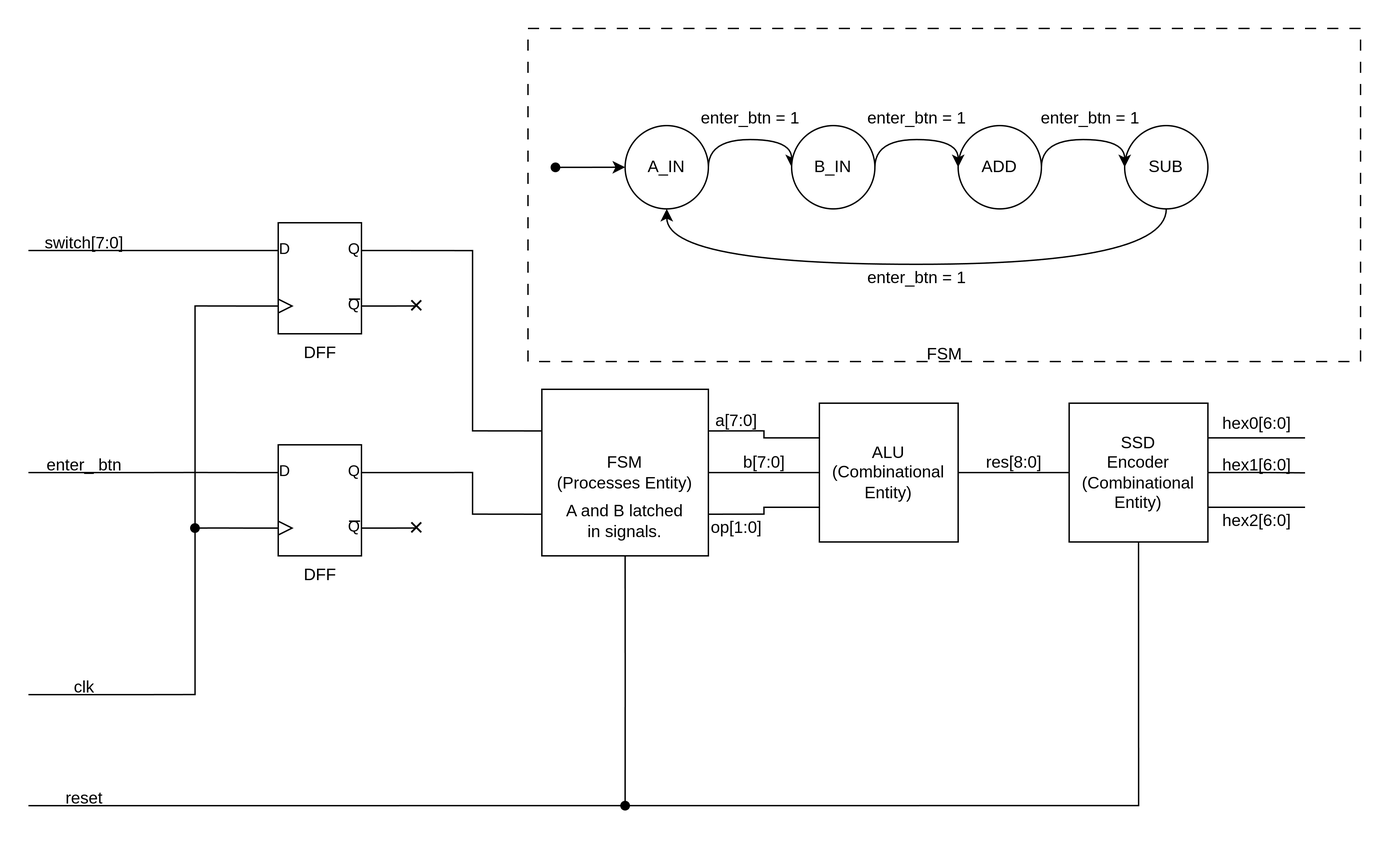
This is block_diagram.png from Jah-On/CPET_343_Lab_6, a draw.io export, as it was before one commit. Source tidied: cells renumbered, new cells last; positions are measured from the earlier drawing's top-left corner, leaving out a move shared by most shapes.
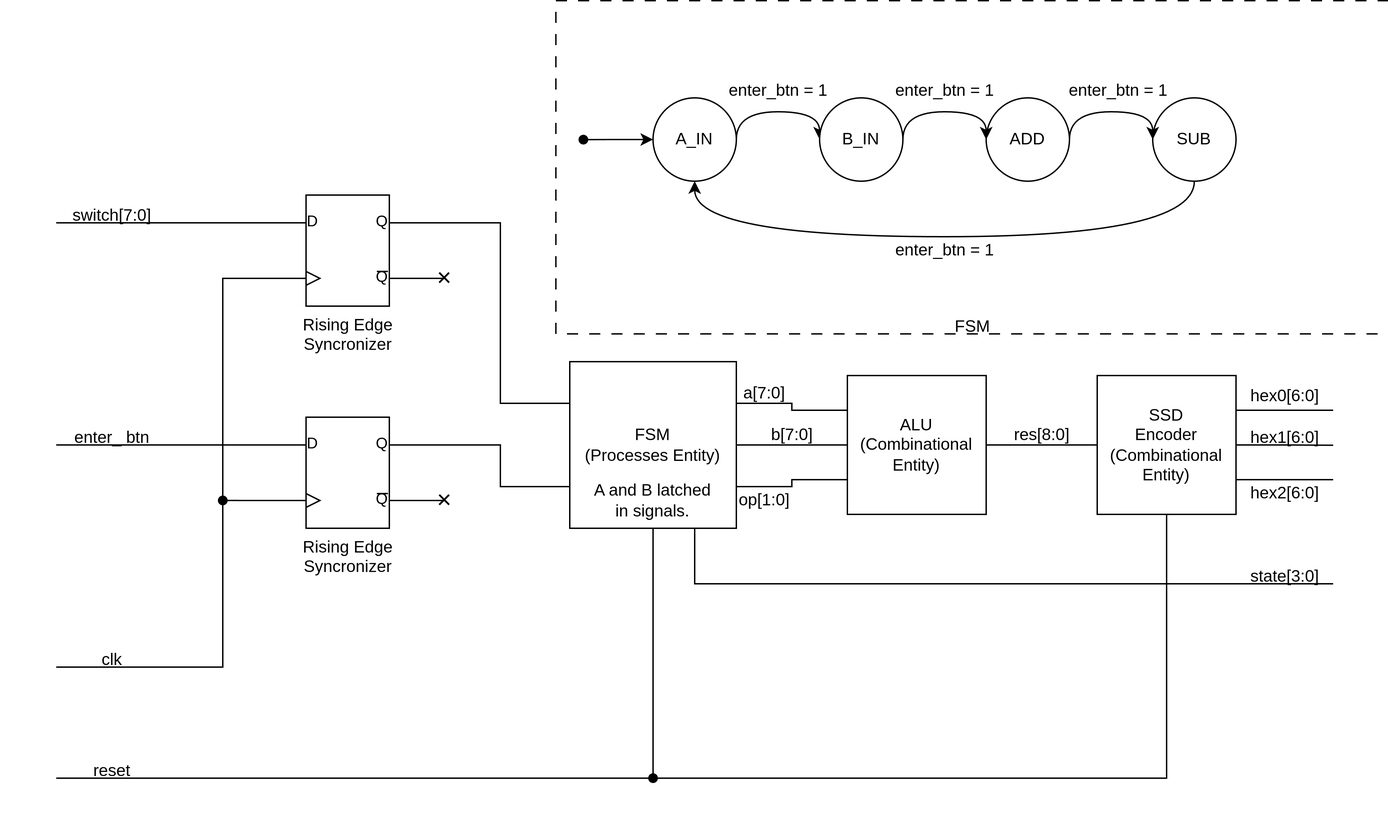
After the change.

Commit message:
Update block diagram.

Diff of the diagram source:
```diff
@@ -108,7 +108,7 @@
         </Array>
       </mxGeometry>
     </mxCell>
-    <mxCell id="26" value="DFF" style="verticalLabelPosition=bottom;shadow=0;dashed=0;align=center;html=1;verticalAlign=top;shape=mxgraph.electrical.logic_gates.d_type_flip-flop;" parent="1" vertex="1">
+    <mxCell id="26" value="Rising Edge&lt;div&gt;Syncronizer&lt;/div&gt;" style="verticalLabelPosition=bottom;shadow=0;dashed=0;align=center;html=1;verticalAlign=top;shape=mxgraph.electrical.logic_gates.d_type_flip-flop;" parent="1" vertex="1">
       <mxGeometry x="160" y="140" width="100" height="80" as="geometry" />
     </mxCell>
     <mxCell id="27" style="edgeStyle=orthogonalEdgeStyle;rounded=0;jettySize=auto;html=1;exitX=0;exitY=0.75;exitDx=0;exitDy=0;exitPerimeter=0;endArrow=oval;endFill=1;" parent="1" edge="1" source="30">
@@ -129,7 +129,7 @@
         </Array>
       </mxGeometry>
     </mxCell>
-    <mxCell id="30" value="DFF" style="verticalLabelPosition=bottom;shadow=0;dashed=0;align=center;html=1;verticalAlign=top;shape=mxgraph.electrical.logic_gates.d_type_flip-flop;" parent="1" vertex="1">
+    <mxCell id="30" value="Rising Edge&lt;div&gt;Syncronizer&lt;/div&gt;" style="verticalLabelPosition=bottom;shadow=0;dashed=0;align=center;html=1;verticalAlign=top;shape=mxgraph.electrical.logic_gates.d_type_flip-flop;" parent="1" vertex="1">
       <mxGeometry x="160" y="300" width="100" height="80" as="geometry" />
     </mxCell>
     <mxCell id="31" style="edgeStyle=orthogonalEdgeStyle;rounded=0;jettySize=auto;html=1;exitX=0;exitY=0.25;exitDx=0;exitDy=0;exitPerimeter=0;endArrow=none;startFill=0;" parent="1" edge="1" source="30">
@@ -155,6 +155,14 @@
     <mxCell id="34" style="edgeStyle=orthogonalEdgeStyle;rounded=0;jettySize=auto;html=1;exitX=1;exitY=0.75;exitDx=0;exitDy=0;entryX=0;entryY=0.75;entryDx=0;entryDy=0;endArrow=none;startFill=0;" parent="1" edge="1" source="35" target="22">
       <mxGeometry relative="1" as="geometry" />
     </mxCell>
+    <mxCell id="57" style="edgeStyle=orthogonalEdgeStyle;rounded=0;jettySize=auto;html=1;exitX=0.75;exitY=1;exitDx=0;exitDy=0;endArrow=none;startFill=0;" parent="1" edge="1" source="35">
+      <mxGeometry relative="1" as="geometry">
+        <mxPoint x="920" y="420" as="targetPoint" />
+        <Array as="points">
+          <mxPoint x="460" y="420" />
+        </Array>
+      </mxGeometry>
+    </mxCell>
     <mxCell id="35" value="FSM&lt;div&gt;(Processes Entity)&lt;/div&gt;" style="whiteSpace=wrap;html=1;" parent="1" vertex="1">
       <mxGeometry x="370" y="260" width="120" height="120" as="geometry" />
     </mxCell>
@@ -251,7 +259,10 @@
       <mxGeometry x="595" y="165" width="90" height="30" as="geometry" />
     </mxCell>
     <mxCell id="56" value="&lt;span style=&quot;text-wrap-mode: nowrap;&quot;&gt;A and B&amp;nbsp;&lt;/span&gt;&lt;span style=&quot;background-color: transparent; color: light-dark(rgb(0, 0, 0), rgb(255, 255, 255)); text-wrap-mode: nowrap;&quot;&gt;latched&lt;/span&gt;&lt;div&gt;&lt;span style=&quot;background-color: transparent; color: light-dark(rgb(0, 0, 0), rgb(255, 255, 255)); text-wrap-mode: nowrap;&quot;&gt;in signals.&lt;/span&gt;&lt;/div&gt;" style="rounded=0;html=1;fillColor=none;strokeColor=none;whiteSpace=wrap;" parent="1" vertex="1">
-      <mxGeometry x="385" y="327.5" width="90" height="55" as="geometry" />
+      <mxGeometry x="385" y="332.5" width="90" height="55" as="geometry" />
     </mxCell>
+    <mxCell id="58" value="state[3:0]" style="text;html=1;align=center;verticalAlign=middle;strokeColor=none;fillColor=none;" parent="1" vertex="1">
+      <mxGeometry x="850" y="400" width="70" height="30" as="geometry" />
+    </mxCell>
   </root>
 </mxGraphModel>
```
